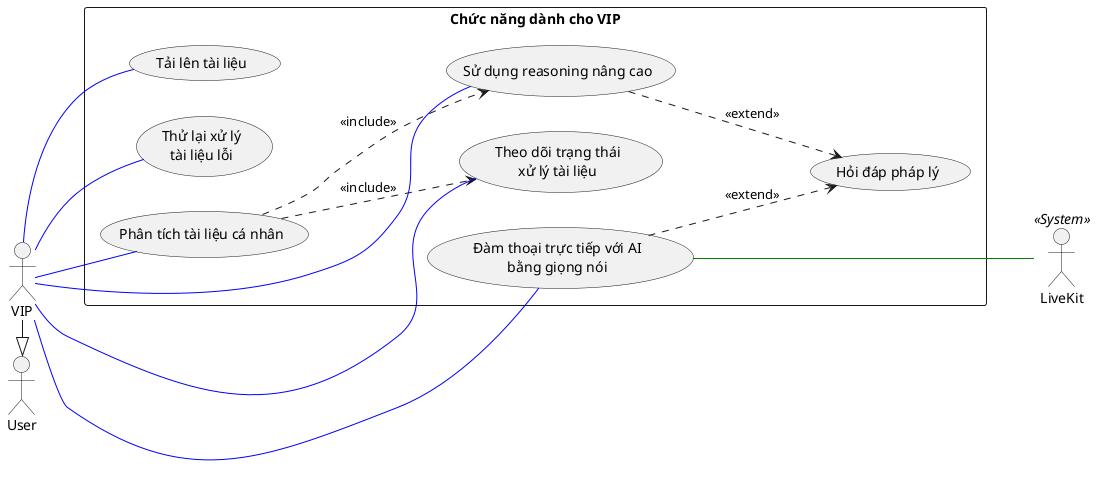
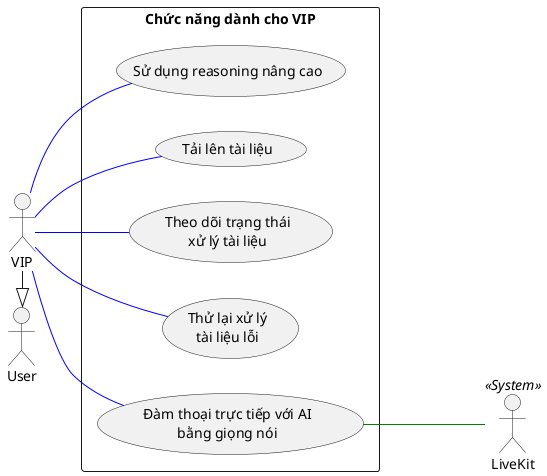
@startuml
left to right direction
skinparam packageStyle rectangle
skinparam shadowing false

actor "User" as User
actor "VIP" as VIP
actor "LiveKit" as LiveKit << System >>

VIP -|> User

rectangle "Chức năng dành cho VIP" {
-   usecase "Hỏi đáp pháp lý" as UC_Chat
  usecase "Sử dụng reasoning nâng cao" as UC_AdvancedReasoning
-   usecase "Đàm thoại trực tiếp với AI\nbằng giọng nói" as UC_VoiceChat
  usecase "Tải lên tài liệu" as UC_UploadDocument
  usecase "Theo dõi trạng thái\nxử lý tài liệu" as UC_DocumentStatus
  usecase "Thử lại xử lý\ntài liệu lỗi" as UC_RetryDocument
-   usecase "Phân tích tài liệu cá nhân" as UC_AnalyzeDocument
- 
-   UC_VoiceChat ..> UC_Chat : <<extend>>
-   UC_AdvancedReasoning ..> UC_Chat : <<extend>>
-   UC_AnalyzeDocument ..> UC_AdvancedReasoning : <<include>>
-   UC_AnalyzeDocument ..> UC_DocumentStatus : <<include>>
+   usecase "Đàm thoại trực tiếp với AI\nbằng giọng nói" as UC_VoiceChat
}

VIP -- UC_AdvancedReasoning #blue
VIP -- UC_VoiceChat #blue
VIP -- UC_UploadDocument #blue
VIP -- UC_DocumentStatus #blue
VIP -- UC_RetryDocument #blue
- VIP -- UC_AnalyzeDocument #blue

UC_VoiceChat --- LiveKit #green
@enduml
